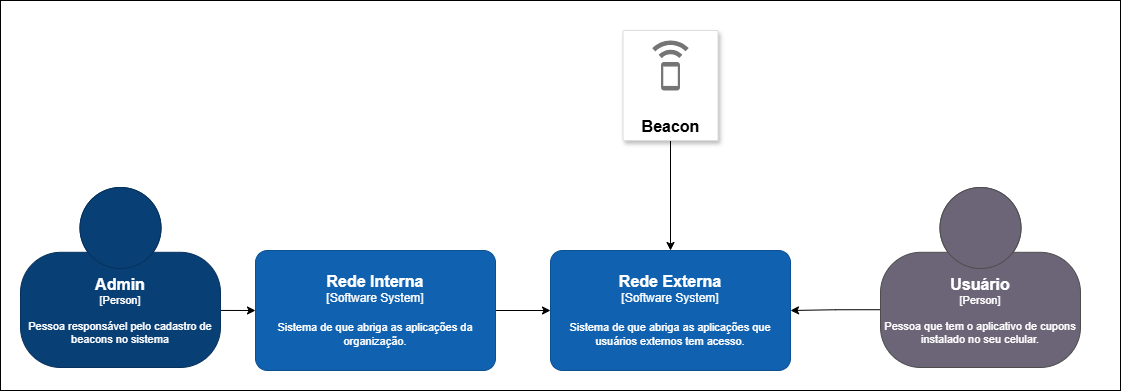
Earlier version of the draw.io export arquitetura-contexto.png (dickson-souza-projects/arq-soft-distrib-puc-minas-2025-java). Source tidied: cells renumbered, new cells last; positions are measured from the earlier drawing's top-left corner, leaving out a move shared by most shapes.
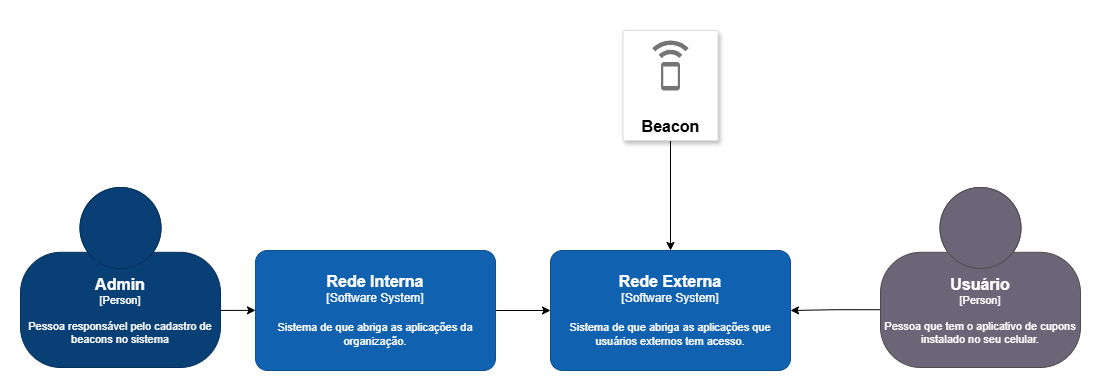
After the change.

Commit message:
Remoção da borda dos dois diagramas para melhor intregração visual ao arquivo markdown

Change to the diagram source:
```diff
@@ -2,7 +2,7 @@
   <root>
     <mxCell id="0" />
     <mxCell id="1" parent="0" />
-    <mxCell id="2" style="rounded=0;whiteSpace=wrap;html=1;fillColor=default;" parent="1" vertex="1">
+    <mxCell id="2" style="rounded=0;whiteSpace=wrap;html=1;fillColor=default;strokeColor=none;" parent="1" vertex="1">
       <mxGeometry width="1120" height="390" as="geometry" />
     </mxCell>
     <mxCell id="3" style="edgeStyle=orthogonalEdgeStyle;rounded=0;jettySize=auto;html=1;exitX=0.993;exitY=0.683;exitDx=0;exitDy=0;exitPerimeter=0;entryX=0;entryY=0.5;entryDx=0;entryDy=0;entryPerimeter=0;" parent="1" edge="1" source="4" target="6">
```
